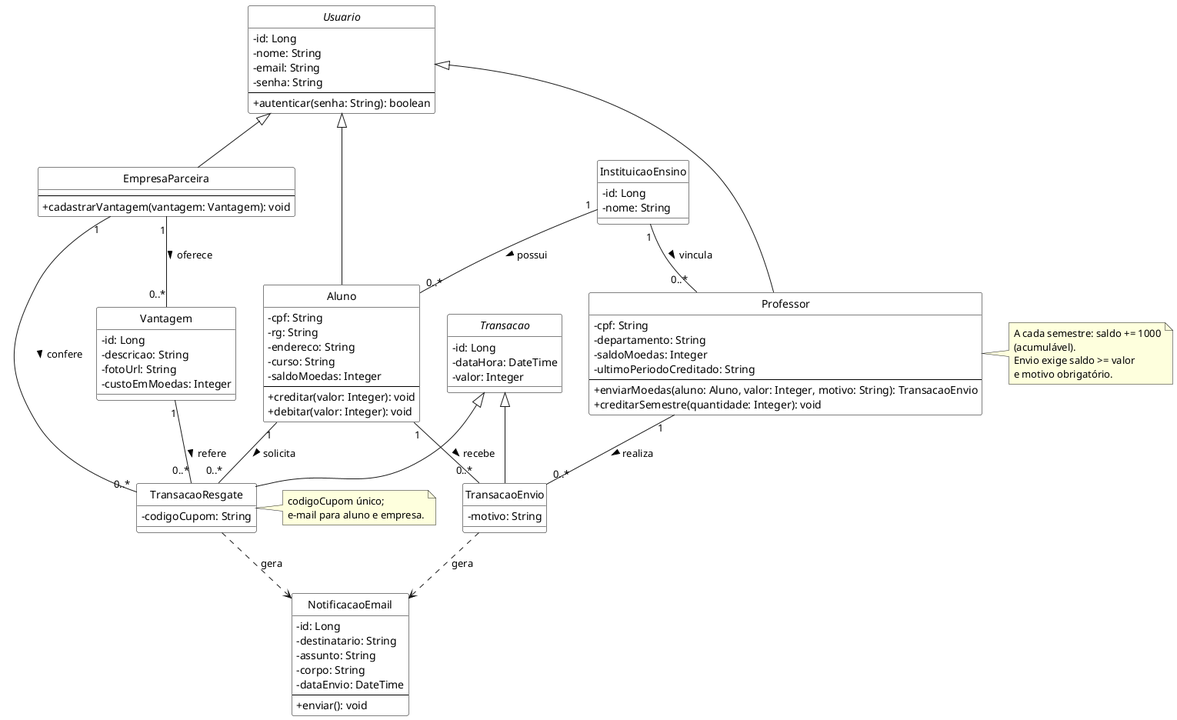
Earlier version of the PlantUML export docs/sprint1/images/diagrama-classes.png (pedroccarv/moeda-estudantil).
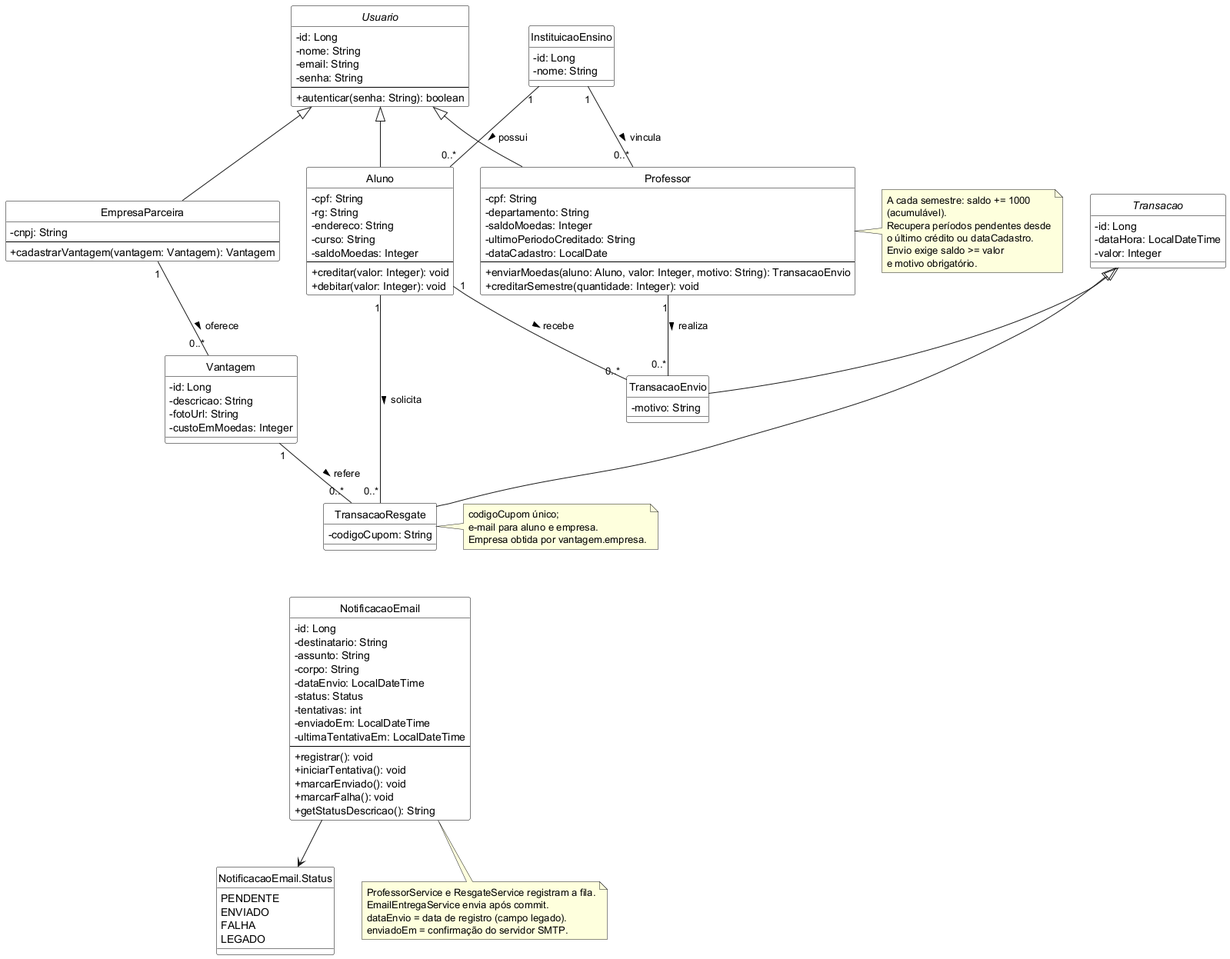
After the commit.

The edit, as a diff of the source:
```diff
@@ -31,14 +31,16 @@
   - departamento: String
   - saldoMoedas: Integer
   - ultimoPeriodoCreditado: String
+  - dataCadastro: LocalDate
   --
   + enviarMoedas(aluno: Aluno, valor: Integer, motivo: String): TransacaoEnvio
   + creditarSemestre(quantidade: Integer): void
 }
 
 class EmpresaParceira {
+  - cnpj: String
   --
-  + cadastrarVantagem(vantagem: Vantagem): void
+  + cadastrarVantagem(vantagem: Vantagem): Vantagem
 }
 
 class InstituicaoEnsino {
@@ -55,7 +57,7 @@
 
 abstract class Transacao {
   - id: Long
-  - dataHora: DateTime
+  - dataHora: LocalDateTime
   - valor: Integer
 }
 
@@ -72,10 +74,27 @@
   - destinatario: String
   - assunto: String
   - corpo: String
-  - dataEnvio: DateTime
+  - dataEnvio: LocalDateTime
+  - status: Status
+  - tentativas: int
+  - enviadoEm: LocalDateTime
+  - ultimaTentativaEm: LocalDateTime
   --
-  + enviar(): void
+  + registrar(): void
+  + iniciarTentativa(): void
+  + marcarEnviado(): void
+  + marcarFalha(): void
+  + getStatusDescricao(): String
 }
+
+enum "NotificacaoEmail.Status" as Status {
+  PENDENTE
+  ENVIADO
+  FALHA
+  LEGADO
+}
+NotificacaoEmail --> Status
+TransacaoResgate -[hidden]down-> NotificacaoEmail
 
 Usuario <|-- Aluno
 Usuario <|-- Professor
@@ -92,15 +111,20 @@
 
 Aluno "1" -- "0..*" TransacaoResgate : solicita >
 Vantagem "1" -- "0..*" TransacaoResgate : refere >
-EmpresaParceira "1" -- "0..*" TransacaoResgate : confere >
 Transacao <|-- TransacaoResgate
 
-TransacaoEnvio ..> NotificacaoEmail : gera
-TransacaoResgate ..> NotificacaoEmail : gera
+note bottom of NotificacaoEmail
+  ProfessorService e ResgateService registram a fila.
+  EmailEntregaService envia após commit.
+  dataEnvio = data de registro (campo legado).
+  enviadoEm = confirmação do servidor SMTP.
+end note
 
 note right of Professor
   A cada semestre: saldo += 1000
   (acumulável).
+  Recupera períodos pendentes desde
+  o último crédito ou dataCadastro.
   Envio exige saldo >= valor
   e motivo obrigatório.
 end note
@@ -108,6 +132,7 @@
 note right of TransacaoResgate
   codigoCupom único;
   e-mail para aluno e empresa.
+  Empresa obtida por vantagem.empresa.
 end note
 
 @enduml
```
